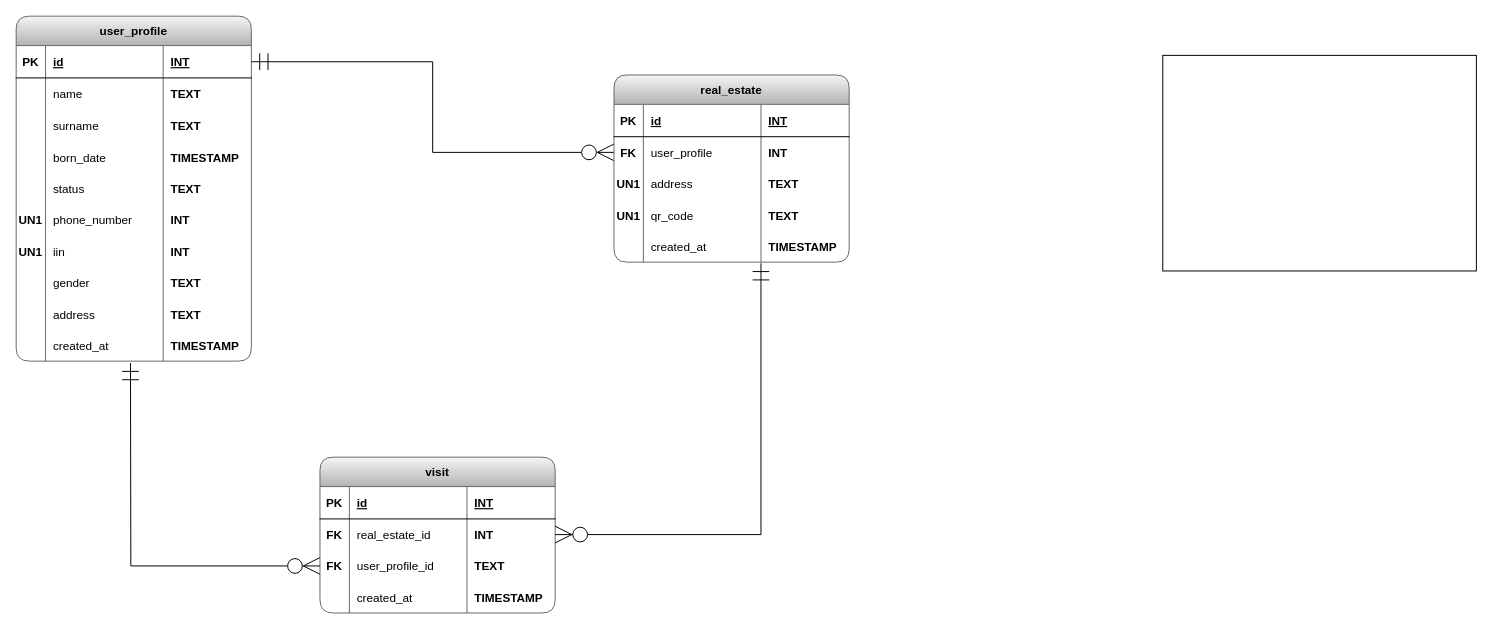
Above: ERD/erd.drawio in mskydream/ashyq (draw.io), before the change. Source tidied: cells renumbered, new cells numbered last; positions are measured from the earlier drawing's top-left corner, leaving out a move shared by most shapes. Both pictures are drawn from the tidied source at 98%, with x=0, y=0 at pixel (-112, 16).
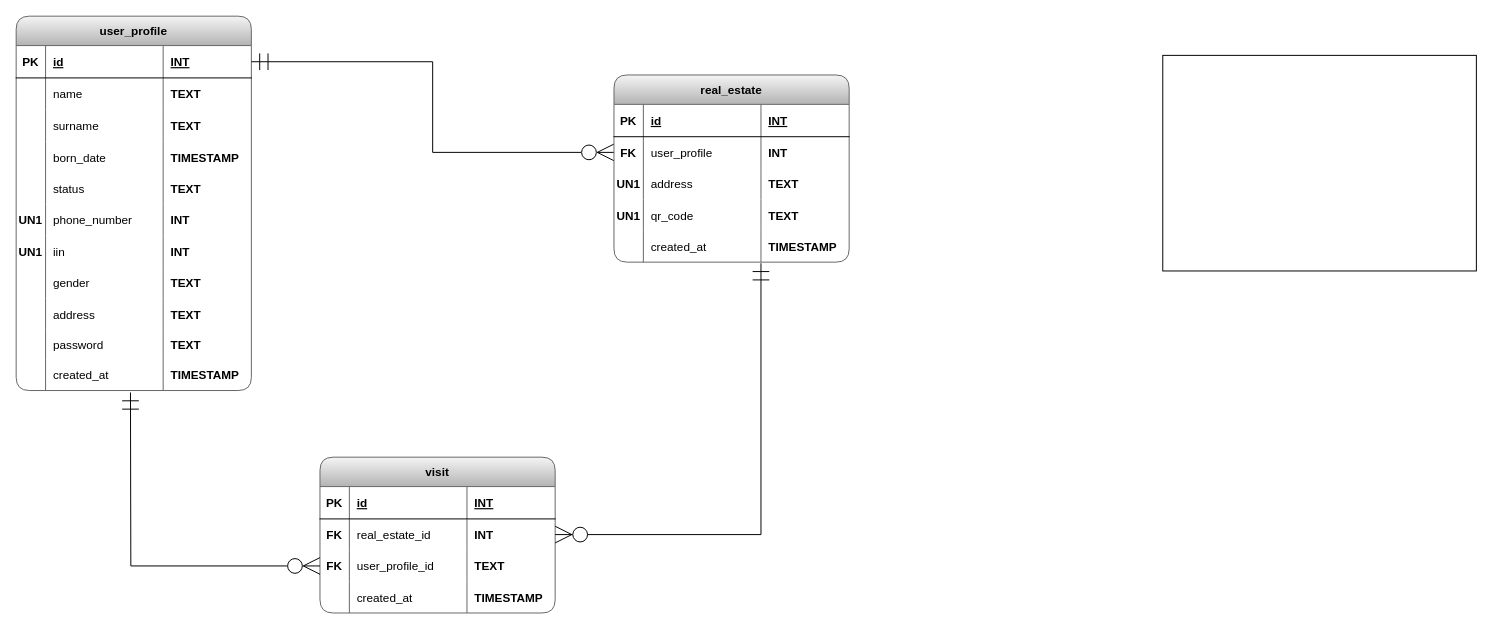
The same diagram, later.

Commit message:
added password user_profile

Change to the diagram source:
```diff
@@
     <mxCell id="2" value="user_profile" style="shape=table;startSize=30;childLayout=tableLayout;rowLines=0;fontStyle=1;align=center;fillColor=#f5f5f5;strokeColor=#666666;rounded=1;gradientColor=#b3b3b3;" parent="1" vertex="1">
-      <mxGeometry x="130" width="240" height="352" as="geometry" />
+      <mxGeometry x="130" width="240" height="382" as="geometry" />
     </mxCell>
@@
+    <mxCell id="85" style="shape=tableRow;horizontal=0;startSize=0;swimlaneHead=0;swimlaneBody=0;fillColor=none;top=0;left=0;right=0;bottom=0;" parent="2" vertex="1">
+      <mxGeometry y="320" width="240" height="30" as="geometry" />
+    </mxCell>
+    <mxCell id="86" style="shape=partialRectangle;fillColor=none;top=0;left=0;bottom=0;right=0;overflow=hidden;fontStyle=1;" parent="85" vertex="1">
+      <mxGeometry width="30" height="30" as="geometry" />
+    </mxCell>
+    <mxCell id="87" value="password" style="shape=partialRectangle;fillColor=none;top=0;left=0;bottom=0;right=0;align=left;spacingLeft=6;overflow=hidden;" parent="85" vertex="1">
+      <mxGeometry x="30" width="120" height="30" as="geometry" />
+    </mxCell>
+    <mxCell id="88" value="TEXT" style="shape=partialRectangle;fillColor=none;top=0;left=0;bottom=0;right=0;align=left;spacingLeft=6;overflow=hidden;fontStyle=1;" parent="85" vertex="1">
+      <mxGeometry x="150" width="90" height="30" as="geometry" />
+    </mxCell>
     <mxCell id="39" style="shape=tableRow;horizontal=0;startSize=0;swimlaneHead=0;swimlaneBody=0;fillColor=none;points=[[0,0.5],[1,0.5]];portConstraint=eastwest;top=0;left=0;right=0;bottom=0;" parent="2" vertex="1">
-      <mxGeometry y="320" width="240" height="32" as="geometry" />
+      <mxGeometry y="350" width="240" height="32" as="geometry" />
     </mxCell>
```
